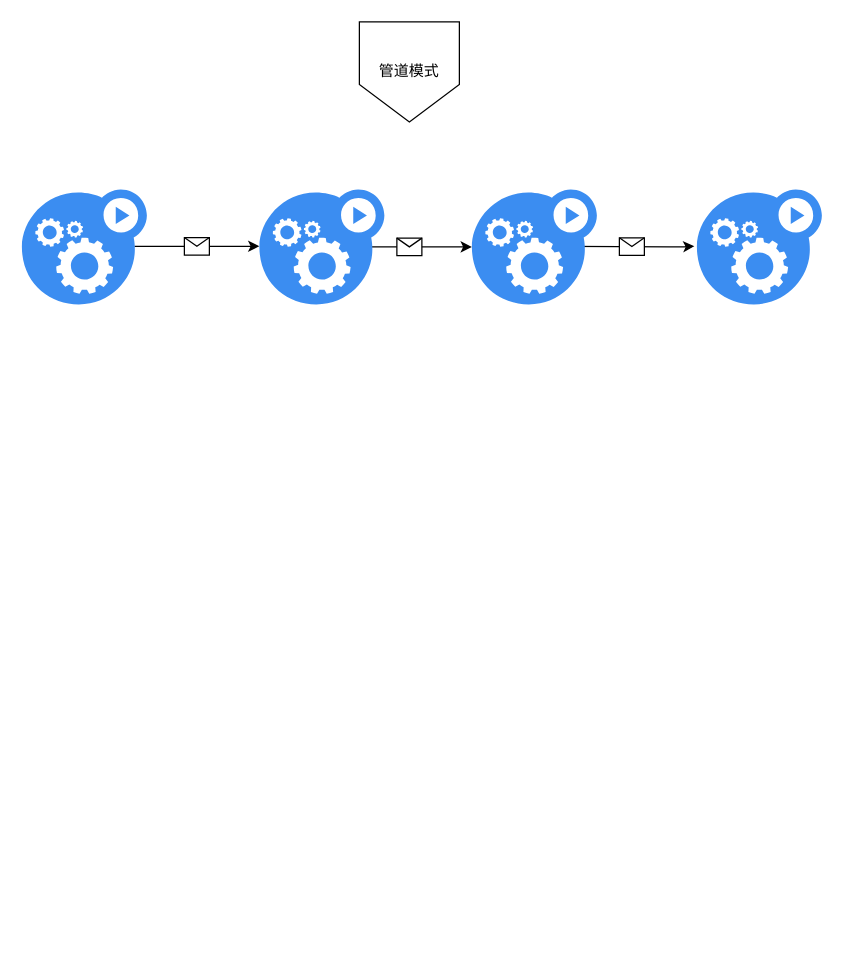
Before: Untitled Diagram.drawio in qiudaoermu/weakMap, a draw.io diagram. Source tidied: cells renumbered, new cells numbered last; positions are measured from the earlier drawing's top-left corner, leaving out a move shared by most shapes. Both pictures are drawn from the tidied source at 125%, with x=0, y=0 at pixel (21, 21).
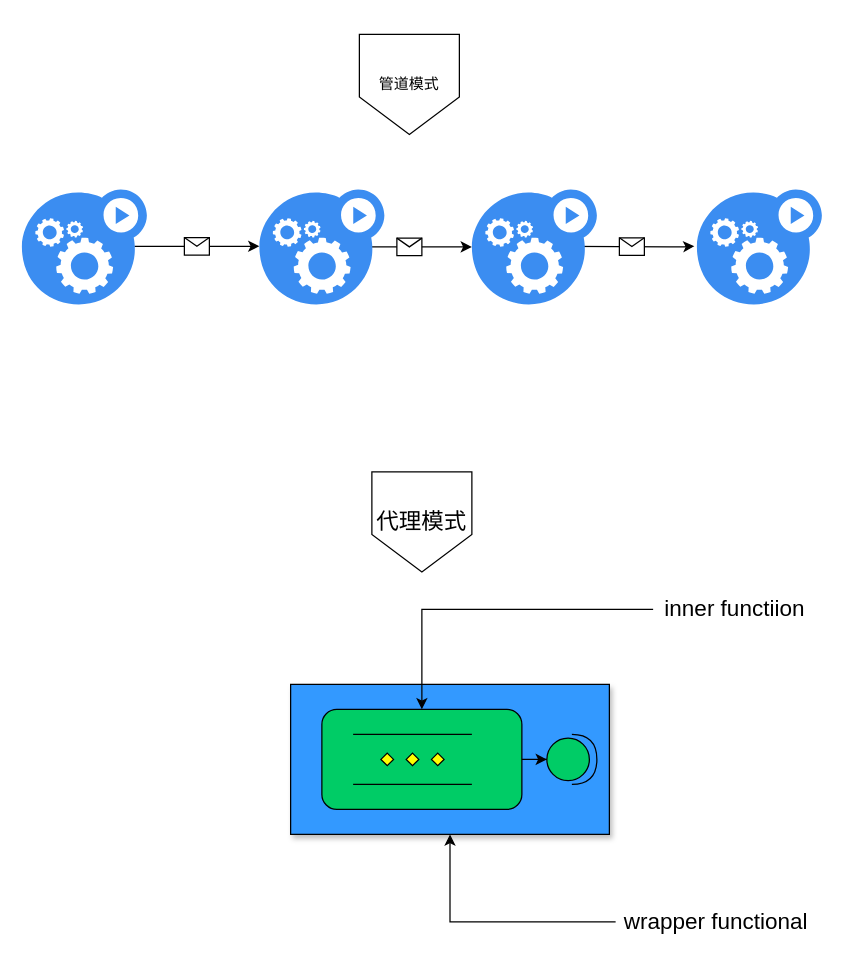
Above is the later version.

Change to the diagram source:
```diff
@@
+    <mxCell id="13" style="rounded=0;whiteSpace=wrap;html=1;fillColor=#3399FF;shadow=1;" parent="1" vertex="1">
+      <mxGeometry x="215" y="530" width="255" height="120" as="geometry" />
+    </mxCell>
@@
     <mxCell id="8" value="管道模式" style="shape=offPageConnector;whiteSpace=wrap;html=1;" parent="1" vertex="1">
-      <mxGeometry x="270" width="80" height="80" as="geometry" />
+      <mxGeometry x="270" y="10" width="80" height="80" as="geometry" />
     </mxCell>
@@
+    <mxCell id="14" style="rounded=1;whiteSpace=wrap;html=1;fillColor=#00CC66;" parent="1" vertex="1">
+      <mxGeometry x="240" y="550" width="160" height="80" as="geometry" />
+    </mxCell>
+    <mxCell id="15" value="&lt;font style=&quot;font-size: 18px&quot;&gt;代理模式&lt;/font&gt;" style="shape=offPageConnector;whiteSpace=wrap;html=1;" parent="1" vertex="1">
+      <mxGeometry x="280" y="360" width="80" height="80" as="geometry" />
+    </mxCell>
+    <mxCell id="16" style="verticalLabelPosition=bottom;verticalAlign=top;html=1;shape=mxgraph.flowchart.parallel_mode;fillColor=#00CC66;" parent="1" vertex="1">
+      <mxGeometry x="265" y="570" width="95" height="40" as="geometry" />
+    </mxCell>
+    <mxCell id="17" style="shape=providedRequiredInterface;html=1;verticalLabelPosition=bottom;fillColor=#00CC66;" parent="1" vertex="1">
+      <mxGeometry x="420" y="570" width="40" height="40" as="geometry" />
+    </mxCell>
+    <mxCell id="18" style="edgeStyle=orthogonalEdgeStyle;rounded=0;jettySize=auto;html=1;" parent="1" edge="1" source="14" target="17">
+      <mxGeometry relative="1" as="geometry" />
+    </mxCell>
+    <mxCell id="19" style="edgeStyle=orthogonalEdgeStyle;rounded=0;jettySize=auto;html=1;" parent="1" edge="1" source="20" target="14">
+      <mxGeometry relative="1" as="geometry" />
+    </mxCell>
+    <mxCell id="20" value="&lt;font style=&quot;font-size: 18px&quot;&gt;inner functiion&lt;/font&gt;" style="text;html=1;align=center;verticalAlign=middle;points=[];strokeColor=none;fillColor=none;" parent="1" vertex="1">
+      <mxGeometry x="505" y="460" width="130" height="20" as="geometry" />
+    </mxCell>
+    <mxCell id="21" style="edgeStyle=orthogonalEdgeStyle;rounded=0;jettySize=auto;html=1;" parent="1" edge="1" source="22" target="13">
+      <mxGeometry relative="1" as="geometry" />
+    </mxCell>
+    <mxCell id="22" value="&lt;font style=&quot;font-size: 18px&quot;&gt;wrapper functional&lt;/font&gt;" style="text;html=1;align=center;verticalAlign=middle;points=[];strokeColor=none;fillColor=none;" parent="1" vertex="1">
+      <mxGeometry x="475" y="710" width="160" height="20" as="geometry" />
+    </mxCell>
```
